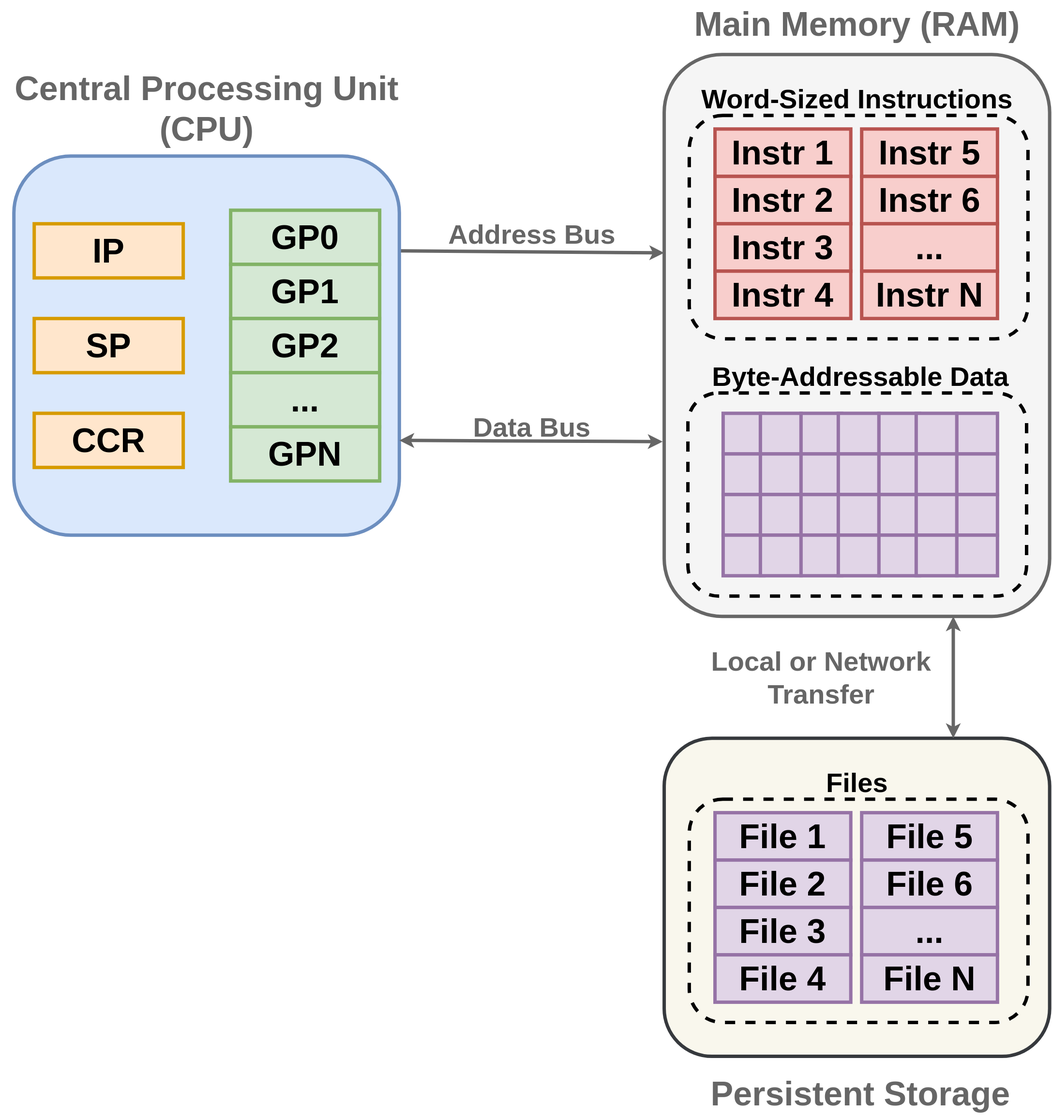
This is src/chp4/cpu_model.svg from tnballo/high-assurance-rust, a draw.io export, as it was before one commit. Source tidied: cells renumbered, new cells last; positions are measured from the earlier drawing's top-left corner, leaving out a move shared by most shapes.
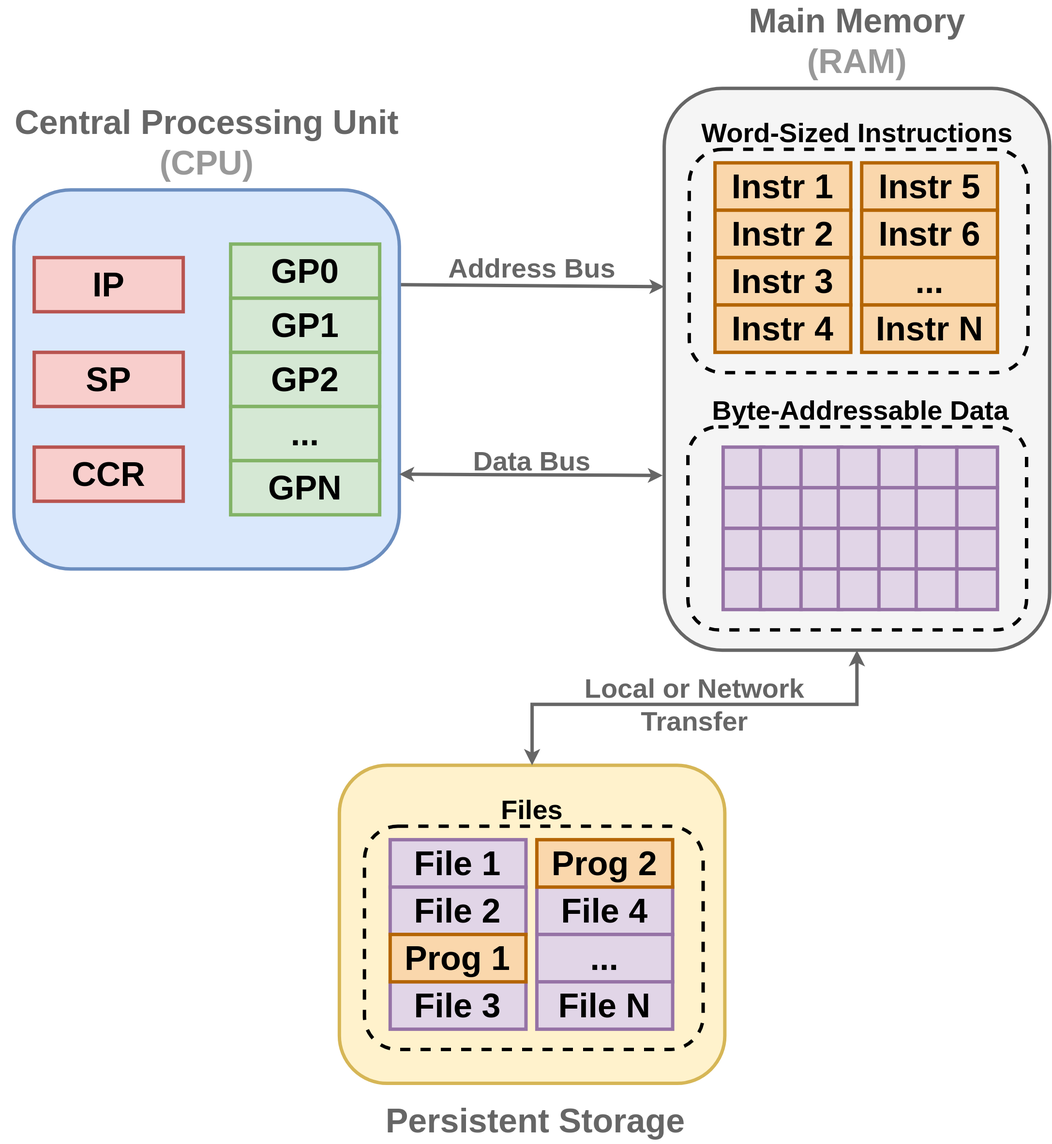
The same diagram one commit later.

Change to the diagram source:
```diff
@@ -17,19 +17,19 @@
     <mxCell id="6" value="&lt;div style=&quot;font-size: 40px;&quot;&gt;&lt;font style=&quot;font-size: 40px;&quot;&gt;&lt;b&gt;&lt;font style=&quot;font-size: 40px;&quot;&gt;Data Bus&lt;br&gt;&lt;/font&gt;&lt;/b&gt;&lt;/font&gt;&lt;/div&gt;" style="text;html=1;strokeColor=none;fillColor=none;align=center;verticalAlign=middle;whiteSpace=wrap;rounded=0;fontSize=22;fontColor=#666666;" parent="1" vertex="1">
       <mxGeometry x="590" y="610" width="390" height="40" as="geometry" />
     </mxCell>
-    <mxCell id="7" value="&lt;div style=&quot;font-size: 50px;&quot;&gt;&lt;font style=&quot;font-size: 50px;&quot;&gt;&lt;b&gt;&lt;font style=&quot;font-size: 50px;&quot;&gt;Central Processing Unit&lt;/font&gt;&lt;/b&gt;&lt;/font&gt;&lt;/div&gt;&lt;div style=&quot;font-size: 50px;&quot;&gt;&lt;font style=&quot;font-size: 50px;&quot;&gt;&lt;b&gt;&lt;font style=&quot;font-size: 50px;&quot;&gt;(CPU)&lt;br&gt;&lt;/font&gt;&lt;/b&gt;&lt;/font&gt;&lt;/div&gt;" style="text;html=1;strokeColor=none;fillColor=none;align=center;verticalAlign=middle;whiteSpace=wrap;rounded=0;fontSize=22;fontColor=#666666;" parent="1" vertex="1">
+    <mxCell id="7" value="&lt;div style=&quot;font-size: 50px;&quot;&gt;&lt;font style=&quot;font-size: 50px;&quot;&gt;&lt;b&gt;&lt;font style=&quot;font-size: 50px;&quot;&gt;Central Processing Unit&lt;/font&gt;&lt;/b&gt;&lt;/font&gt;&lt;/div&gt;&lt;div style=&quot;font-size: 50px;&quot;&gt;&lt;font color=&quot;#999999&quot; style=&quot;font-size: 50px;&quot;&gt;&lt;b&gt;&lt;font style=&quot;font-size: 50px;&quot;&gt;(CPU)&lt;br&gt;&lt;/font&gt;&lt;/b&gt;&lt;/font&gt;&lt;/div&gt;" style="text;html=1;strokeColor=none;fillColor=none;align=center;verticalAlign=middle;whiteSpace=wrap;rounded=0;fontSize=22;fontColor=#666666;" parent="1" vertex="1">
       <mxGeometry x="-0.5" y="100" width="610" height="120" as="geometry" />
     </mxCell>
     <mxCell id="8" style="rounded=1;whiteSpace=wrap;html=1;strokeWidth=5;fillColor=#f5f5f5;strokeColor=#666666;fontColor=#333333;" parent="1" vertex="1">
       <mxGeometry x="980" y="80" width="569" height="830" as="geometry" />
     </mxCell>
-    <mxCell id="9" value="&lt;b&gt;CCR&lt;/b&gt;" style="rounded=0;whiteSpace=wrap;html=1;fontSize=50;fillColor=#ffe6cc;strokeColor=#d79b00;strokeWidth=5;" parent="1" vertex="1">
+    <mxCell id="9" value="&lt;b&gt;CCR&lt;/b&gt;" style="rounded=0;whiteSpace=wrap;html=1;fontSize=50;fillColor=#f8cecc;strokeColor=#b85450;strokeWidth=5;" parent="1" vertex="1">
       <mxGeometry x="50" y="610" width="220" height="80" as="geometry" />
     </mxCell>
-    <mxCell id="10" value="&lt;b&gt;IP&lt;/b&gt;" style="rounded=0;whiteSpace=wrap;html=1;fontSize=50;fillColor=#ffe6cc;strokeColor=#d79b00;strokeWidth=5;" parent="1" vertex="1">
+    <mxCell id="10" value="&lt;b&gt;IP&lt;/b&gt;" style="rounded=0;whiteSpace=wrap;html=1;fontSize=50;fillColor=#f8cecc;strokeColor=#b85450;strokeWidth=5;" parent="1" vertex="1">
       <mxGeometry x="50" y="330" width="220" height="80" as="geometry" />
     </mxCell>
-    <mxCell id="11" value="&lt;b&gt;SP&lt;/b&gt;" style="rounded=0;whiteSpace=wrap;html=1;fontSize=50;fillColor=#ffe6cc;strokeColor=#d79b00;strokeWidth=5;" parent="1" vertex="1">
+    <mxCell id="11" value="&lt;b&gt;SP&lt;/b&gt;" style="rounded=0;whiteSpace=wrap;html=1;fontSize=50;fillColor=#f8cecc;strokeColor=#b85450;strokeWidth=5;" parent="1" vertex="1">
       <mxGeometry x="50" y="470" width="220" height="80" as="geometry" />
     </mxCell>
     <mxCell id="12" style="edgeStyle=orthogonalEdgeStyle;rounded=0;orthogonalLoop=1;jettySize=auto;html=1;exitX=0.5;exitY=1;exitDx=0;exitDy=0;fontSize=50;" parent="1" edge="1" source="10" target="10">
@@ -62,8 +62,8 @@
     <mxCell id="21" value="&lt;div style=&quot;font-size: 40px;&quot;&gt;&lt;font style=&quot;font-size: 40px;&quot;&gt;&lt;b&gt;&lt;font style=&quot;font-size: 40px;&quot;&gt;Word-Sized Instructions&lt;br&gt;&lt;/font&gt;&lt;/b&gt;&lt;/font&gt;&lt;/div&gt;" style="text;html=1;strokeColor=none;fillColor=none;align=center;verticalAlign=middle;whiteSpace=wrap;rounded=0;fontSize=22;fontColor=#000000;" parent="1" vertex="1">
       <mxGeometry x="1010" y="120" width="510" height="50" as="geometry" />
     </mxCell>
-    <mxCell id="22" value="&lt;div style=&quot;font-size: 50px;&quot;&gt;&lt;font style=&quot;font-size: 50px;&quot;&gt;&lt;b&gt;&lt;font style=&quot;font-size: 50px;&quot;&gt;Main Memory (RAM)&lt;br&gt;&lt;/font&gt;&lt;/b&gt;&lt;/font&gt;&lt;/div&gt;" style="text;html=1;strokeColor=none;fillColor=none;align=center;verticalAlign=middle;whiteSpace=wrap;rounded=0;fontSize=22;fontColor=#666666;" parent="1" vertex="1">
-      <mxGeometry x="1004.5" width="520" height="70" as="geometry" />
+    <mxCell id="22" value="&lt;div style=&quot;font-size: 50px;&quot;&gt;&lt;font style=&quot;font-size: 50px;&quot;&gt;&lt;b&gt;&lt;font style=&quot;font-size: 50px;&quot;&gt;Main Memory&lt;br&gt;&lt;font color=&quot;#999999&quot;&gt;(RAM)&lt;br&gt;&lt;/font&gt;&lt;/font&gt;&lt;/b&gt;&lt;/font&gt;&lt;/div&gt;" style="text;html=1;strokeColor=none;fillColor=none;align=center;verticalAlign=middle;whiteSpace=wrap;rounded=0;fontSize=22;fontColor=#666666;" parent="1" vertex="1">
+      <mxGeometry x="1004.5" y="-50" width="520" height="120" as="geometry" />
     </mxCell>
     <mxCell id="23" style="rounded=0;whiteSpace=wrap;html=1;fontSize=50;strokeWidth=5;fillColor=#e1d5e7;strokeColor=#9673a6;" parent="1" vertex="1">
       <mxGeometry x="1067" y="610" width="60" height="60" as="geometry" />
@@ -149,71 +149,75 @@
     <mxCell id="50" style="rounded=0;whiteSpace=wrap;html=1;fontSize=50;strokeWidth=5;fillColor=#e1d5e7;strokeColor=#9673a6;" parent="1" vertex="1">
       <mxGeometry x="1412" y="790" width="60" height="60" as="geometry" />
     </mxCell>
-    <mxCell id="51" value="&lt;b&gt;Instr 1&lt;/b&gt;" style="rounded=0;whiteSpace=wrap;html=1;fontSize=50;strokeWidth=5;fillColor=#f8cecc;strokeColor=#b85450;" parent="1" vertex="1">
+    <mxCell id="51" value="&lt;b&gt;Instr 1&lt;/b&gt;" style="rounded=0;whiteSpace=wrap;html=1;fontSize=50;strokeWidth=5;fillColor=#fad7ac;strokeColor=#b46504;" parent="1" vertex="1">
       <mxGeometry x="1055" y="190" width="200.5" height="70" as="geometry" />
     </mxCell>
-    <mxCell id="52" value="&lt;b&gt;Instr 5&lt;br&gt;&lt;/b&gt;" style="rounded=0;whiteSpace=wrap;html=1;fontSize=50;strokeWidth=5;fillColor=#f8cecc;strokeColor=#b85450;" parent="1" vertex="1">
+    <mxCell id="52" value="&lt;b&gt;Instr 5&lt;br&gt;&lt;/b&gt;" style="rounded=0;whiteSpace=wrap;html=1;fontSize=50;strokeWidth=5;fillColor=#fad7ac;strokeColor=#b46504;" parent="1" vertex="1">
       <mxGeometry x="1271.5" y="190" width="200.5" height="70" as="geometry" />
     </mxCell>
-    <mxCell id="53" value="&lt;b&gt;Instr 2&lt;br&gt;&lt;/b&gt;" style="rounded=0;whiteSpace=wrap;html=1;fontSize=50;strokeWidth=5;fillColor=#f8cecc;strokeColor=#b85450;" parent="1" vertex="1">
+    <mxCell id="53" value="&lt;b&gt;Instr 2&lt;br&gt;&lt;/b&gt;" style="rounded=0;whiteSpace=wrap;html=1;fontSize=50;strokeWidth=5;fillColor=#fad7ac;strokeColor=#b46504;" parent="1" vertex="1">
       <mxGeometry x="1055" y="260" width="200.5" height="70" as="geometry" />
     </mxCell>
-    <mxCell id="54" value="&lt;b&gt;Instr 3&lt;br&gt;&lt;/b&gt;" style="rounded=0;whiteSpace=wrap;html=1;fontSize=50;strokeWidth=5;fillColor=#f8cecc;strokeColor=#b85450;" parent="1" vertex="1">
+    <mxCell id="54" value="&lt;b&gt;Instr 3&lt;br&gt;&lt;/b&gt;" style="rounded=0;whiteSpace=wrap;html=1;fontSize=50;strokeWidth=5;fillColor=#fad7ac;strokeColor=#b46504;" parent="1" vertex="1">
       <mxGeometry x="1055" y="330" width="200.5" height="70" as="geometry" />
     </mxCell>
-    <mxCell id="55" value="&lt;b&gt;Instr 4&lt;br&gt;&lt;/b&gt;" style="rounded=0;whiteSpace=wrap;html=1;fontSize=50;strokeWidth=5;fillColor=#f8cecc;strokeColor=#b85450;" parent="1" vertex="1">
+    <mxCell id="55" value="&lt;b&gt;Instr 4&lt;br&gt;&lt;/b&gt;" style="rounded=0;whiteSpace=wrap;html=1;fontSize=50;strokeWidth=5;fillColor=#fad7ac;strokeColor=#b46504;" parent="1" vertex="1">
       <mxGeometry x="1055" y="400" width="200.5" height="70" as="geometry" />
     </mxCell>
-    <mxCell id="56" value="&lt;b&gt;Instr 6&lt;br&gt;&lt;/b&gt;" style="rounded=0;whiteSpace=wrap;html=1;fontSize=50;strokeWidth=5;fillColor=#f8cecc;strokeColor=#b85450;" parent="1" vertex="1">
+    <mxCell id="56" value="&lt;b&gt;Instr 6&lt;br&gt;&lt;/b&gt;" style="rounded=0;whiteSpace=wrap;html=1;fontSize=50;strokeWidth=5;fillColor=#fad7ac;strokeColor=#b46504;" parent="1" vertex="1">
       <mxGeometry x="1271.5" y="260" width="200.5" height="70" as="geometry" />
     </mxCell>
-    <mxCell id="57" value="&lt;b&gt;...&lt;br&gt;&lt;/b&gt;" style="rounded=0;whiteSpace=wrap;html=1;fontSize=50;strokeWidth=5;fillColor=#f8cecc;strokeColor=#b85450;" parent="1" vertex="1">
+    <mxCell id="57" value="&lt;b&gt;...&lt;br&gt;&lt;/b&gt;" style="rounded=0;whiteSpace=wrap;html=1;fontSize=50;strokeWidth=5;fillColor=#fad7ac;strokeColor=#b46504;" parent="1" vertex="1">
       <mxGeometry x="1271.5" y="330" width="200.5" height="70" as="geometry" />
     </mxCell>
-    <mxCell id="58" value="&lt;b&gt;Instr N&lt;br&gt;&lt;/b&gt;" style="rounded=0;whiteSpace=wrap;html=1;fontSize=50;strokeWidth=5;fillColor=#f8cecc;strokeColor=#b85450;" parent="1" vertex="1">
+    <mxCell id="58" value="&lt;b&gt;Instr N&lt;br&gt;&lt;/b&gt;" style="rounded=0;whiteSpace=wrap;html=1;fontSize=50;strokeWidth=5;fillColor=#fad7ac;strokeColor=#b46504;" parent="1" vertex="1">
       <mxGeometry x="1271.5" y="400" width="200.5" height="70" as="geometry" />
     </mxCell>
-    <mxCell id="59" style="rounded=1;whiteSpace=wrap;html=1;strokeWidth=5;fillColor=#f9f7ed;strokeColor=#36393d;" parent="1" vertex="1">
-      <mxGeometry x="980" y="1090" width="569" height="470" as="geometry" />
+    <mxCell id="59" style="rounded=1;whiteSpace=wrap;html=1;strokeWidth=5;fillColor=#fff2cc;strokeColor=#d6b656;" parent="1" vertex="1">
+      <mxGeometry x="500.5" y="1080" width="569" height="470" as="geometry" />
     </mxCell>
     <mxCell id="60" style="rounded=1;whiteSpace=wrap;html=1;dashed=1;fontSize=50;strokeWidth=5;fillColor=none;" parent="1" vertex="1">
-      <mxGeometry x="1017" y="1180" width="500" height="330" as="geometry" />
+      <mxGeometry x="537.5" y="1170" width="500" height="330" as="geometry" />
     </mxCell>
     <mxCell id="61" value="&lt;div style=&quot;font-size: 40px;&quot;&gt;&lt;font style=&quot;font-size: 40px;&quot;&gt;&lt;b&gt;&lt;font style=&quot;font-size: 40px;&quot;&gt;Files&lt;br&gt;&lt;/font&gt;&lt;/b&gt;&lt;/font&gt;&lt;/div&gt;" style="text;html=1;strokeColor=none;fillColor=none;align=center;verticalAlign=middle;whiteSpace=wrap;rounded=0;fontSize=22;fontColor=#000000;" parent="1" vertex="1">
-      <mxGeometry x="1010" y="1130" width="510" height="50" as="geometry" />
+      <mxGeometry x="530.5" y="1120" width="510" height="50" as="geometry" />
     </mxCell>
     <mxCell id="62" value="&lt;div style=&quot;font-size: 50px;&quot;&gt;&lt;font style=&quot;font-size: 50px;&quot;&gt;&lt;b&gt;&lt;font style=&quot;font-size: 50px;&quot;&gt;Persistent Storage&lt;br&gt;&lt;/font&gt;&lt;/b&gt;&lt;/font&gt;&lt;/div&gt;" style="text;html=1;strokeColor=none;fillColor=none;align=center;verticalAlign=middle;whiteSpace=wrap;rounded=0;fontSize=22;fontColor=#666666;" parent="1" vertex="1">
-      <mxGeometry x="1009.5" y="1580" width="520" height="70" as="geometry" />
+      <mxGeometry x="530" y="1570" width="520" height="70" as="geometry" />
     </mxCell>
     <mxCell id="63" value="&lt;b&gt;File 1&lt;/b&gt;" style="rounded=0;whiteSpace=wrap;html=1;fontSize=50;strokeWidth=5;fillColor=#e1d5e7;strokeColor=#9673a6;" parent="1" vertex="1">
-      <mxGeometry x="1055" y="1200" width="200.5" height="70" as="geometry" />
+      <mxGeometry x="575.5" y="1190" width="200.5" height="70" as="geometry" />
     </mxCell>
-    <mxCell id="64" value="&lt;b&gt;File 5&lt;br&gt;&lt;/b&gt;" style="rounded=0;whiteSpace=wrap;html=1;fontSize=50;strokeWidth=5;fillColor=#e1d5e7;strokeColor=#9673a6;" parent="1" vertex="1">
-      <mxGeometry x="1271.5" y="1200" width="200.5" height="70" as="geometry" />
-    </mxCell>
     <mxCell id="65" value="&lt;b&gt;File 2&lt;br&gt;&lt;/b&gt;" style="rounded=0;whiteSpace=wrap;html=1;fontSize=50;strokeWidth=5;fillColor=#e1d5e7;strokeColor=#9673a6;" parent="1" vertex="1">
-      <mxGeometry x="1055" y="1270" width="200.5" height="70" as="geometry" />
+      <mxGeometry x="575.5" y="1260" width="200.5" height="70" as="geometry" />
     </mxCell>
-    <mxCell id="66" value="&lt;b&gt;File 3&lt;br&gt;&lt;/b&gt;" style="rounded=0;whiteSpace=wrap;html=1;fontSize=50;strokeWidth=5;fillColor=#e1d5e7;strokeColor=#9673a6;" parent="1" vertex="1">
-      <mxGeometry x="1055" y="1340" width="200.5" height="70" as="geometry" />
-    </mxCell>
-    <mxCell id="67" value="&lt;b&gt;File 4&lt;br&gt;&lt;/b&gt;" style="rounded=0;whiteSpace=wrap;html=1;fontSize=50;strokeWidth=5;fillColor=#e1d5e7;strokeColor=#9673a6;" parent="1" vertex="1">
-      <mxGeometry x="1055" y="1410" width="200.5" height="70" as="geometry" />
+    <mxCell id="67" value="&lt;b&gt;File 3&lt;br&gt;&lt;/b&gt;" style="rounded=0;whiteSpace=wrap;html=1;fontSize=50;strokeWidth=5;fillColor=#e1d5e7;strokeColor=#9673a6;" parent="1" vertex="1">
+      <mxGeometry x="575.5" y="1400" width="200.5" height="70" as="geometry" />
     </mxCell>
-    <mxCell id="68" value="&lt;b&gt;File 6&lt;br&gt;&lt;/b&gt;" style="rounded=0;whiteSpace=wrap;html=1;fontSize=50;strokeWidth=5;fillColor=#e1d5e7;strokeColor=#9673a6;" parent="1" vertex="1">
-      <mxGeometry x="1271.5" y="1270" width="200.5" height="70" as="geometry" />
+    <mxCell id="68" value="&lt;b&gt;File 4&lt;br&gt;&lt;/b&gt;" style="rounded=0;whiteSpace=wrap;html=1;fontSize=50;strokeWidth=5;fillColor=#e1d5e7;strokeColor=#9673a6;" parent="1" vertex="1">
+      <mxGeometry x="792" y="1260" width="200.5" height="70" as="geometry" />
     </mxCell>
     <mxCell id="69" value="&lt;b&gt;...&lt;br&gt;&lt;/b&gt;" style="rounded=0;whiteSpace=wrap;html=1;fontSize=50;strokeWidth=5;fillColor=#e1d5e7;strokeColor=#9673a6;" parent="1" vertex="1">
-      <mxGeometry x="1271.5" y="1340" width="200.5" height="70" as="geometry" />
+      <mxGeometry x="792" y="1330" width="200.5" height="70" as="geometry" />
     </mxCell>
     <mxCell id="70" value="&lt;b&gt;File N&lt;br&gt;&lt;/b&gt;" style="rounded=0;whiteSpace=wrap;html=1;fontSize=50;strokeWidth=5;fillColor=#e1d5e7;strokeColor=#9673a6;" parent="1" vertex="1">
-      <mxGeometry x="1271.5" y="1410" width="200.5" height="70" as="geometry" />
+      <mxGeometry x="792" y="1400" width="200.5" height="70" as="geometry" />
     </mxCell>
+    <mxCell id="72" value="&lt;div style=&quot;font-size: 40px;&quot;&gt;&lt;font style=&quot;font-size: 40px;&quot;&gt;&lt;b&gt;&lt;font style=&quot;font-size: 40px;&quot;&gt;Local or Network&lt;/font&gt;&lt;/b&gt;&lt;/font&gt;&lt;/div&gt;&lt;div style=&quot;font-size: 40px;&quot;&gt;&lt;font style=&quot;font-size: 40px;&quot;&gt;&lt;b&gt;&lt;font style=&quot;font-size: 40px;&quot;&gt;Transfer&lt;br&gt;&lt;/font&gt;&lt;/b&gt;&lt;/font&gt;&lt;/div&gt;" style="text;html=1;strokeColor=none;fillColor=none;align=center;verticalAlign=middle;whiteSpace=wrap;rounded=0;fontSize=22;fontColor=#666666;" parent="1" vertex="1">
+      <mxGeometry x="790" y="920" width="470" height="140" as="geometry" />
+    </mxCell>
-    <mxCell id="71" style="endArrow=classic;html=1;rounded=0;strokeWidth=5;fontColor=#666666;strokeColor=#666666;endFill=1;startArrow=classic;startFill=1;entryX=0.75;entryY=1;entryDx=0;entryDy=0;exitX=0.75;exitY=0;exitDx=0;exitDy=0;" parent="1" edge="1" source="59" target="8">
-      <mxGeometry relative="1" as="geometry" />
+    <mxCell id="71" style="edgeStyle=elbowEdgeStyle;elbow=vertical;endArrow=classic;html=1;curved=0;rounded=0;endSize=8;startSize=8;strokeWidth=5;strokeColor=#666666;entryX=0.5;entryY=1;entryDx=0;entryDy=0;exitX=0.5;exitY=0;exitDx=0;exitDy=0;startArrow=classic;startFill=1;" parent="1" edge="1" source="59" target="8">
+      <mxGeometry relative="1" as="geometry">
+        <Array as="points">
+          <mxPoint x="1030" y="990" />
+        </Array>
+      </mxGeometry>
     </mxCell>
-    <mxCell id="72" value="&lt;div style=&quot;font-size: 40px;&quot;&gt;&lt;font style=&quot;font-size: 40px;&quot;&gt;&lt;b&gt;&lt;font style=&quot;font-size: 40px;&quot;&gt;Local or Network&lt;/font&gt;&lt;/b&gt;&lt;/font&gt;&lt;/div&gt;&lt;div style=&quot;font-size: 40px;&quot;&gt;&lt;font style=&quot;font-size: 40px;&quot;&gt;&lt;b&gt;&lt;font style=&quot;font-size: 40px;&quot;&gt;Transfer&lt;br&gt;&lt;/font&gt;&lt;/b&gt;&lt;/font&gt;&lt;/div&gt;" style="text;html=1;strokeColor=none;fillColor=none;align=center;verticalAlign=middle;whiteSpace=wrap;rounded=0;fontSize=22;fontColor=#666666;" parent="1" vertex="1">
-      <mxGeometry x="1017" y="930" width="390" height="140" as="geometry" />
-    </mxCell>
+    <mxCell id="64" value="&lt;b&gt;Prog 2&lt;br&gt;&lt;/b&gt;" style="rounded=0;whiteSpace=wrap;html=1;fontSize=50;strokeWidth=5;fillColor=#fad7ac;strokeColor=#b46504;" parent="1" vertex="1">
+      <mxGeometry x="792" y="1190" width="200.5" height="70" as="geometry" />
+    </mxCell>
+    <mxCell id="66" value="&lt;b&gt;Prog 1&lt;br&gt;&lt;/b&gt;" style="rounded=0;whiteSpace=wrap;html=1;fontSize=50;strokeWidth=5;fillColor=#fad7ac;strokeColor=#b46504;" parent="1" vertex="1">
+      <mxGeometry x="575.5" y="1330" width="200.5" height="70" as="geometry" />
+    </mxCell>
   </root>
 </mxGraphModel>
```
